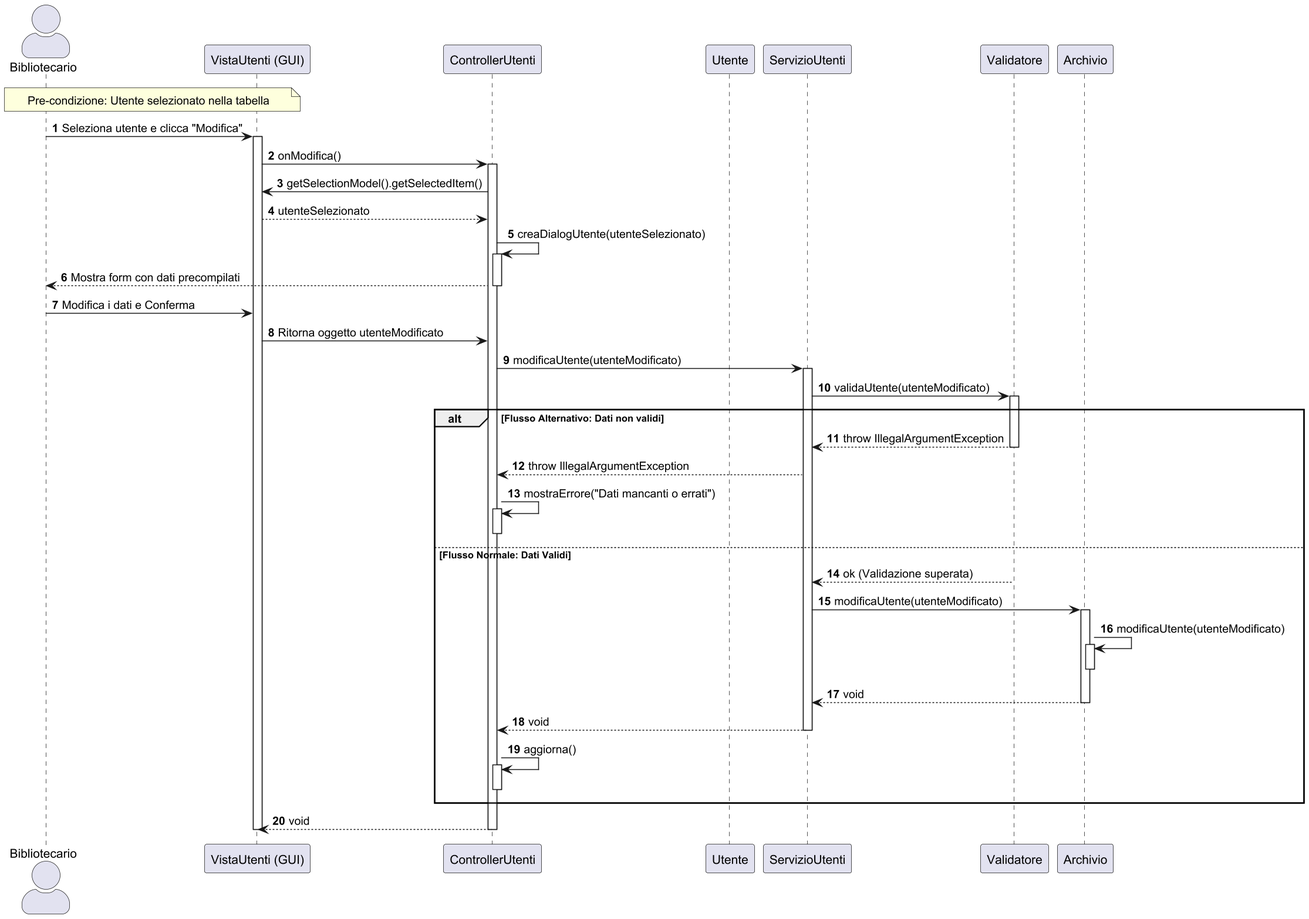
Above: docs/Design/Diagrammi di sequenza/UC9.png in digregoriomario/bibliosoft (PlantUML), before the change.
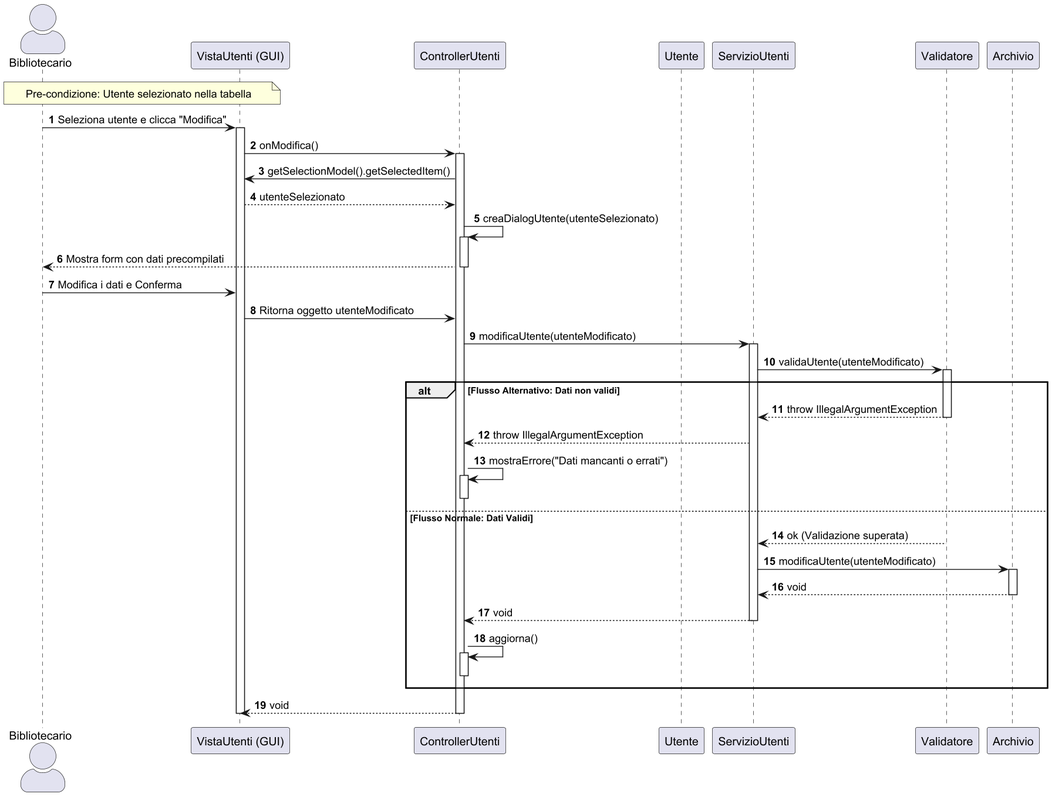
Above is the later version.

The edit, as a diff of the source:
```diff
@@ -1,5 +1,5 @@
 @startuml
-scale 1.5
+scale 2
 skinparam actorStyle awesome
 autonumber
 
@@ -54,10 +54,6 @@
             SU -> ARC : modificaUtente(utenteModificato)
             activate ARC
 
-            ARC -> ARC : modificaUtente(utenteModificato)
-            activate ARC
-            deactivate ARC
-
             ARC --> SU : void
             deactivate ARC
 
```
